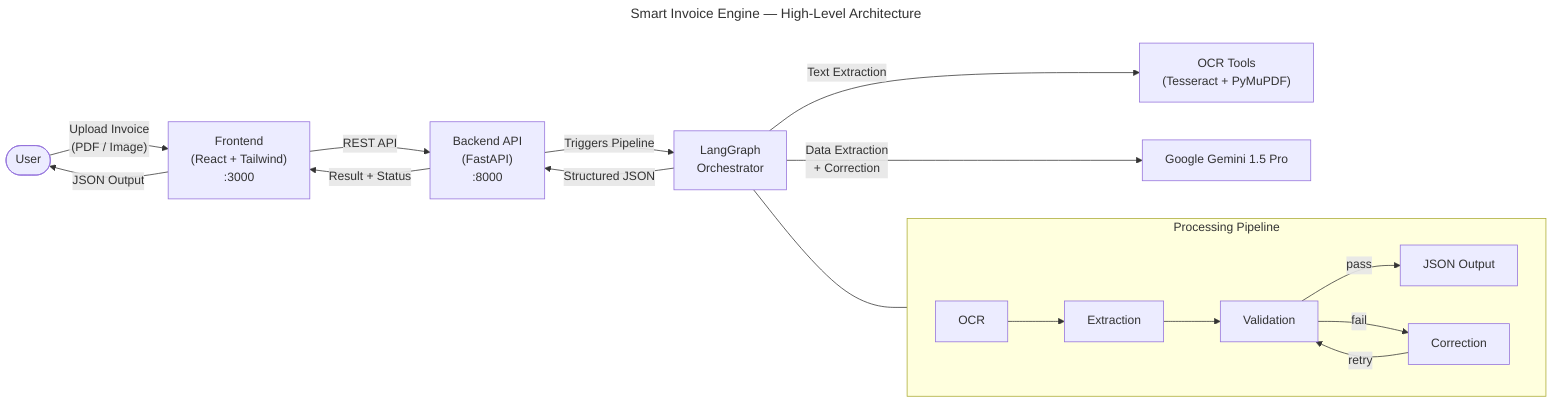
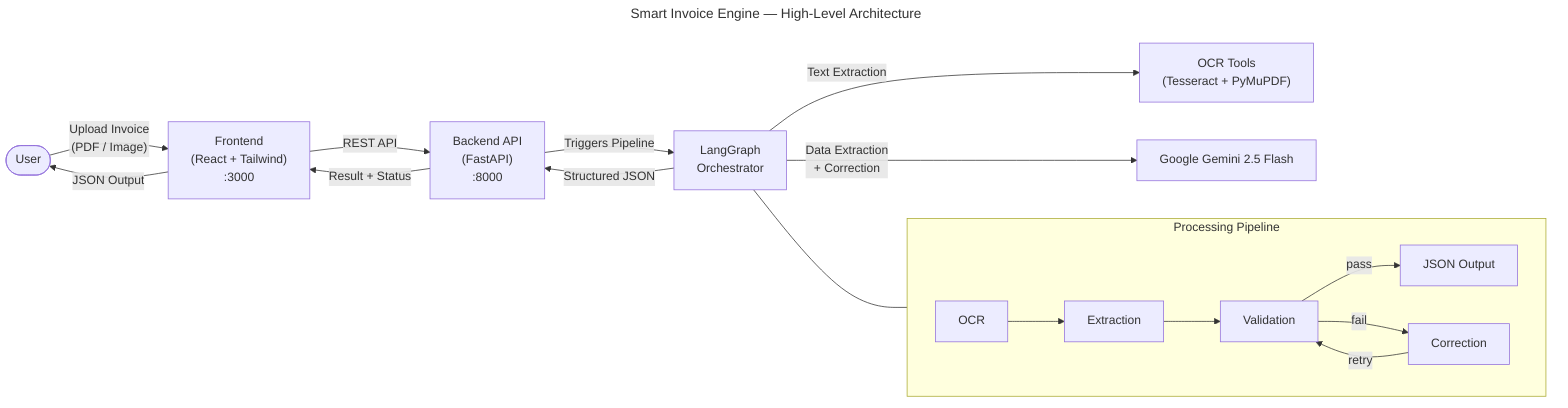
---
title: Smart Invoice Engine — High-Level Architecture
---
graph LR
    %% ===== ACTORS =====
    USER([User])

    %% ===== SYSTEM BLOCKS =====
    UI["Frontend\n(React + Tailwind)\n:3000"]
    API["Backend API\n(FastAPI)\n:8000"]
    ORCH["LangGraph\nOrchestrator"]
-     LLM["Google Gemini 1.5 Pro"]
+     LLM["Google Gemini 2.5 Flash"]
    OCR_TOOLS["OCR Tools\n(Tesseract + PyMuPDF)"]

    %% ===== FLOW =====
    USER -->|"Upload Invoice\n(PDF / Image)"| UI
    UI -->|"REST API"| API
    API -->|"Triggers Pipeline"| ORCH

    ORCH -->|"Text Extraction"| OCR_TOOLS
    ORCH -->|"Data Extraction\n+ Correction"| LLM

    ORCH -->|"Structured JSON"| API
    API -->|"Result + Status"| UI
    UI -->|"JSON Output"| USER

    %% ===== PIPELINE INSIDE ORCHESTRATOR =====
    subgraph PIPELINE["Processing Pipeline"]
        direction LR
        O1["OCR"] --> O2["Extraction"]
        O2 --> O3["Validation"]
        O3 -->|"pass"| O5["JSON Output"]
        O3 -->|"fail"| O4["Correction"]
        O4 -->|"retry"| O3
    end

    ORCH --- PIPELINE
